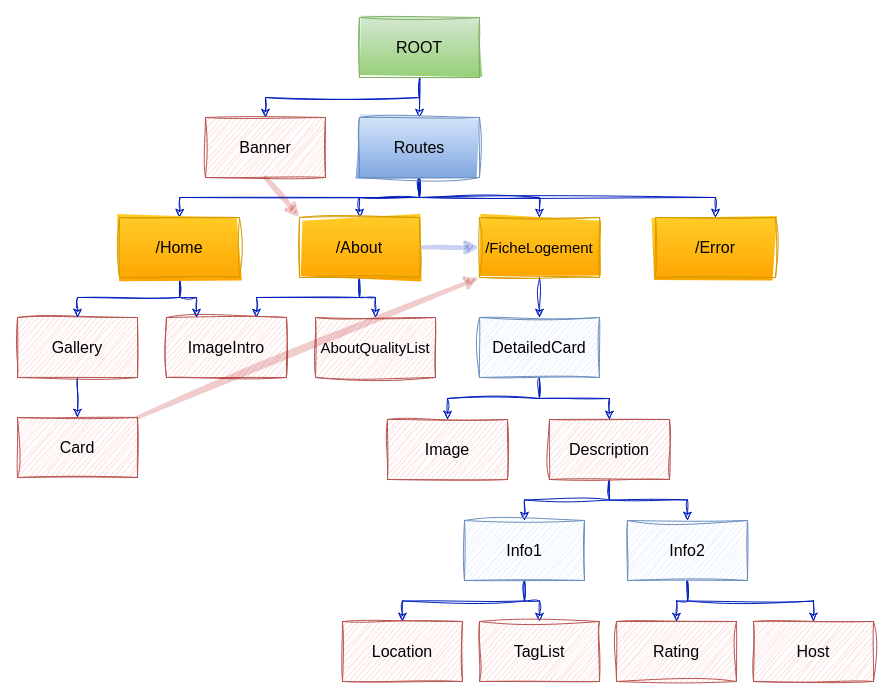
Above: kasa.drawio in MisterFoxyDev/kasa (draw.io), before the change. Source tidied: cells renumbered, new cells numbered last; positions are measured from the earlier drawing's top-left corner, leaving out a move shared by most shapes. Both pictures are drawn from the tidied source at 100%, with x=0, y=0 at pixel (17, 17).
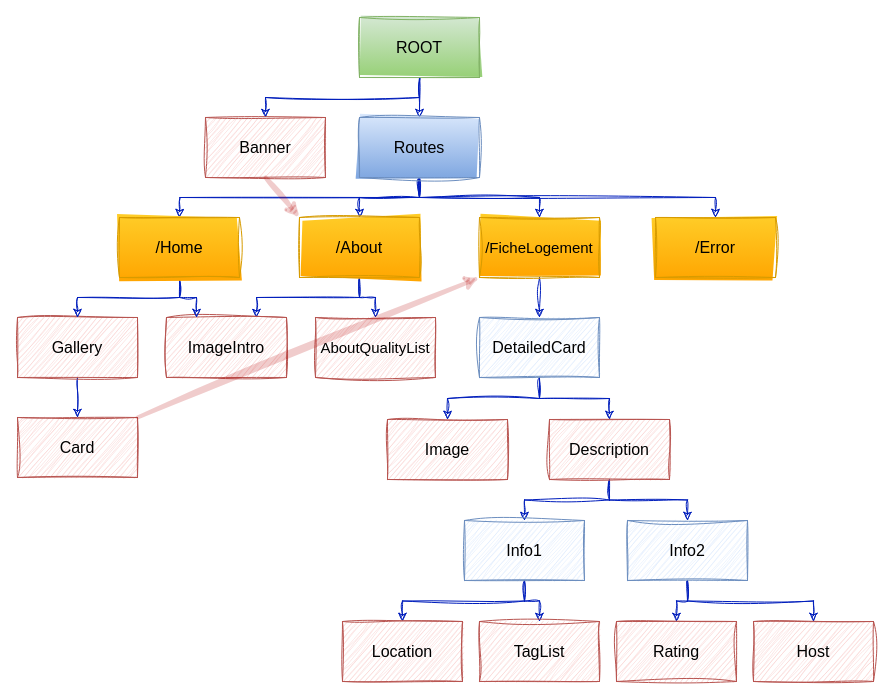
Above is the later version.

Commit message:
fix: :adhesive_bandage: correction drawio

Unchanged cells that the change refers to:
```xml
<mxCell id="14" value="&lt;font style=&quot;font-size: 16px;&quot; color=&quot;#000000&quot;&gt;/About&lt;/font&gt;" style="rounded=0;whiteSpace=wrap;html=1;sketch=1;curveFitting=1;jiggle=2;labelBackgroundColor=none;fillColor=#ffcd28;strokeColor=#d79b00;gradientColor=#ffa500;" parent="1" vertex="1">
  <mxGeometry x="282" y="200" width="120" height="60" as="geometry" />
</mxCell>
<mxCell id="16" value="&lt;font style=&quot;font-size: 15px;&quot; color=&quot;#000000&quot;&gt;/FicheLogement&lt;/font&gt;" style="rounded=0;whiteSpace=wrap;html=1;sketch=1;curveFitting=1;jiggle=2;labelBackgroundColor=none;fillColor=#ffcd28;strokeColor=#d79b00;gradientColor=#ffa500;" parent="1" vertex="1">
  <mxGeometry x="462" y="200" width="120" height="60" as="geometry" />
</mxCell>
```

What changed in the source:
```diff
@@
-    <mxCell id="13" style="edgeStyle=none;sketch=1;hachureGap=4;jiggle=2;curveFitting=1;html=1;strokeColor=#001DBC;strokeWidth=4;fontFamily=Architects Daughter;fontSize=16;fontColor=#000000;opacity=20;" parent="1" edge="1" source="14" target="16">
-      <mxGeometry relative="1" as="geometry" />
-    </mxCell>
```
